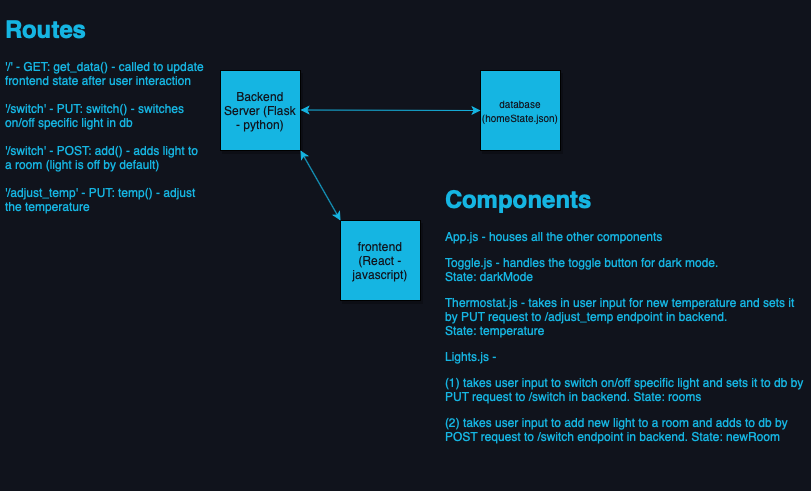
This is src/CanooProject.png from sagardesai90/canoo-project, a draw.io export, as it was before one commit. Source tidied: cells renumbered, new cells last; positions are measured from the earlier drawing's top-left corner, leaving out a move shared by most shapes.
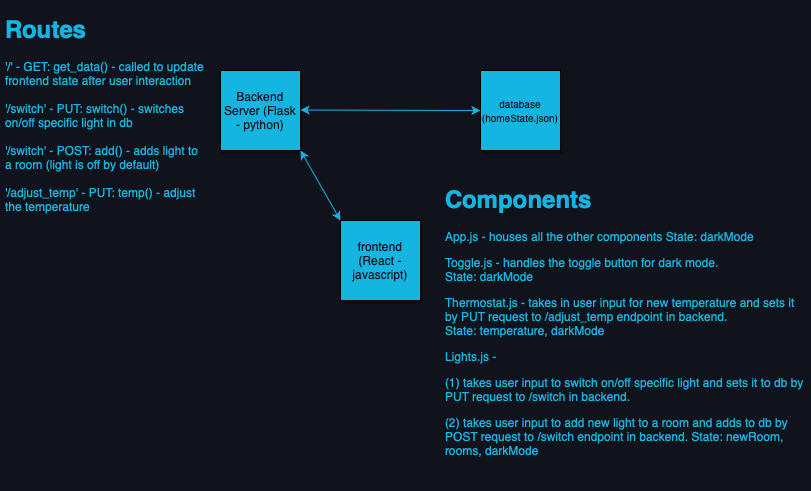
The same diagram one commit later.

What changed in the source:
```diff
@@ -24,7 +24,7 @@
     <mxCell id="7" value="&lt;p style=&quot;line-height: 50%&quot;&gt;&lt;/p&gt;&lt;h1&gt;Routes&lt;/h1&gt;&lt;div&gt;&lt;span style=&quot;font-size: 12px ; font-weight: normal&quot;&gt;'/' - GET: get_data() - called to update frontend state after user interaction&lt;/span&gt;&lt;/div&gt;&lt;div&gt;&lt;span style=&quot;font-size: 12px ; font-weight: normal&quot;&gt;&lt;br&gt;&lt;/span&gt;&lt;/div&gt;&lt;div&gt;&lt;span style=&quot;font-size: 12px ; font-weight: normal&quot;&gt;'/switch' - PUT: switch() - switches on/off specific light in db&lt;/span&gt;&lt;/div&gt;&lt;div&gt;&lt;span style=&quot;font-size: 12px ; font-weight: normal&quot;&gt;&lt;br&gt;&lt;/span&gt;&lt;/div&gt;&lt;div&gt;&lt;span style=&quot;font-size: 12px ; font-weight: normal&quot;&gt;'/switch' - POST: add() - adds light to a room (light is off by default)&lt;/span&gt;&lt;/div&gt;&lt;div&gt;&lt;span style=&quot;font-size: 12px ; font-weight: normal&quot;&gt;&lt;br&gt;&lt;/span&gt;&lt;/div&gt;&lt;div&gt;&lt;span style=&quot;font-size: 12px ; font-weight: normal&quot;&gt;'/adjust_temp' - PUT: temp() - adjust the temperature&lt;/span&gt;&lt;/div&gt;&lt;div&gt;&lt;span style=&quot;font-size: 12px ; font-weight: normal&quot;&gt;&lt;br&gt;&lt;/span&gt;&lt;/div&gt;&lt;p&gt;&lt;/p&gt;" style="text;html=1;strokeColor=none;fillColor=none;spacing=5;spacingTop=-20;whiteSpace=wrap;overflow=hidden;rounded=0;fontColor=#15b5e2;" parent="1" vertex="1">
       <mxGeometry width="210" height="250" as="geometry" />
     </mxCell>
-    <mxCell id="8" value="&lt;h1&gt;Components&lt;/h1&gt;&lt;p&gt;App.js - houses all the other components&lt;/p&gt;&lt;p&gt;Toggle.js - handles the toggle button for dark mode. &amp;nbsp; &amp;nbsp; &amp;nbsp; &amp;nbsp; &amp;nbsp; &amp;nbsp; &amp;nbsp; &amp;nbsp; &amp;nbsp; &amp;nbsp; &amp;nbsp; State: darkMode&lt;/p&gt;&lt;p&gt;Thermostat.js - takes in user input for new temperature and sets it by PUT request to /adjust_temp endpoint in backend. &amp;nbsp; &amp;nbsp; &amp;nbsp; &amp;nbsp; &amp;nbsp; &amp;nbsp; &amp;nbsp; State: temperature&lt;/p&gt;&lt;p&gt;Lights.js -&amp;nbsp;&lt;/p&gt;&lt;p&gt;(1) takes user input to switch on/off specific light and sets it to db by PUT request to /switch in backend. State: rooms&amp;nbsp;&lt;/p&gt;&lt;p&gt;(2) takes user input to add new light to a room and adds to db by POST request to /switch endpoint in backend. State: newRoom&lt;/p&gt;&lt;p&gt;&lt;br&gt;&lt;/p&gt;" style="text;html=1;strokeColor=none;fillColor=none;spacing=5;spacingTop=-20;whiteSpace=wrap;overflow=hidden;rounded=0;fontColor=#15b5e2;" parent="1" vertex="1">
+    <mxCell id="8" value="&lt;h1&gt;Components&lt;/h1&gt;&lt;p&gt;App.js - houses all the other components State: darkMode&lt;/p&gt;&lt;p&gt;Toggle.js - handles the toggle button for dark mode. &amp;nbsp; &amp;nbsp; &amp;nbsp; &amp;nbsp; &amp;nbsp; &amp;nbsp; &amp;nbsp; &amp;nbsp; &amp;nbsp; &amp;nbsp; &amp;nbsp; State: darkMode&lt;/p&gt;&lt;p&gt;Thermostat.js - takes in user input for new temperature and sets it by PUT request to /adjust_temp endpoint in backend. &amp;nbsp; &amp;nbsp; &amp;nbsp; &amp;nbsp; &amp;nbsp; &amp;nbsp; &amp;nbsp; State: temperature, darkMode&lt;/p&gt;&lt;p&gt;Lights.js -&amp;nbsp;&lt;/p&gt;&lt;p&gt;(1) takes user input to switch on/off specific light and sets it to db by PUT request to /switch in backend.&amp;nbsp;&lt;/p&gt;&lt;p&gt;(2) takes user input to add new light to a room and adds to db by POST request to /switch endpoint in backend. State: newRoom, rooms, darkMode&lt;/p&gt;&lt;p&gt;&lt;br&gt;&lt;/p&gt;" style="text;html=1;strokeColor=none;fillColor=none;spacing=5;spacingTop=-20;whiteSpace=wrap;overflow=hidden;rounded=0;fontColor=#15b5e2;" parent="1" vertex="1">
       <mxGeometry x="440" y="170" width="370" height="310" as="geometry" />
     </mxCell>
   </root>
```
